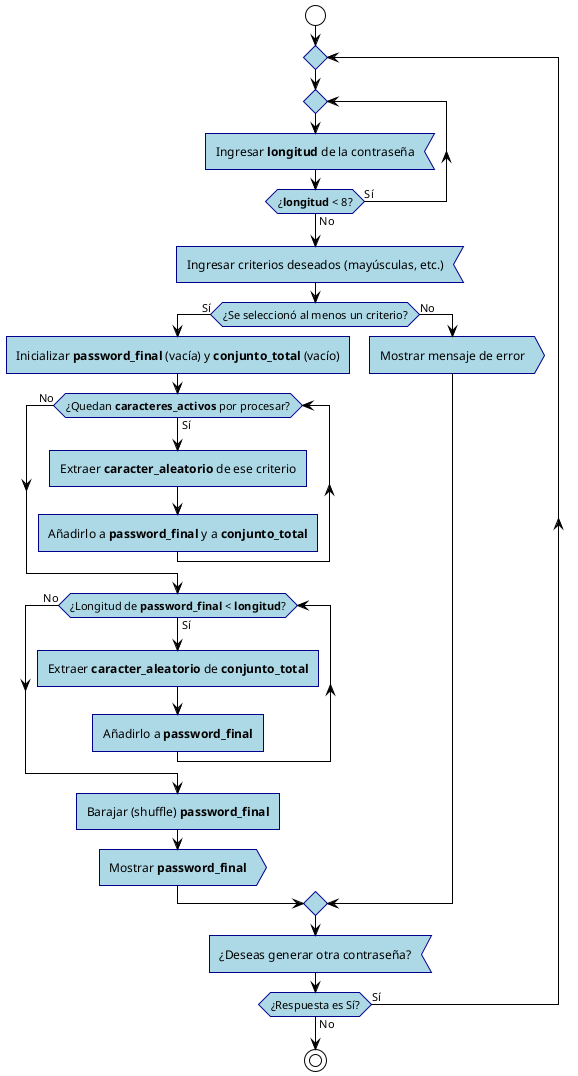
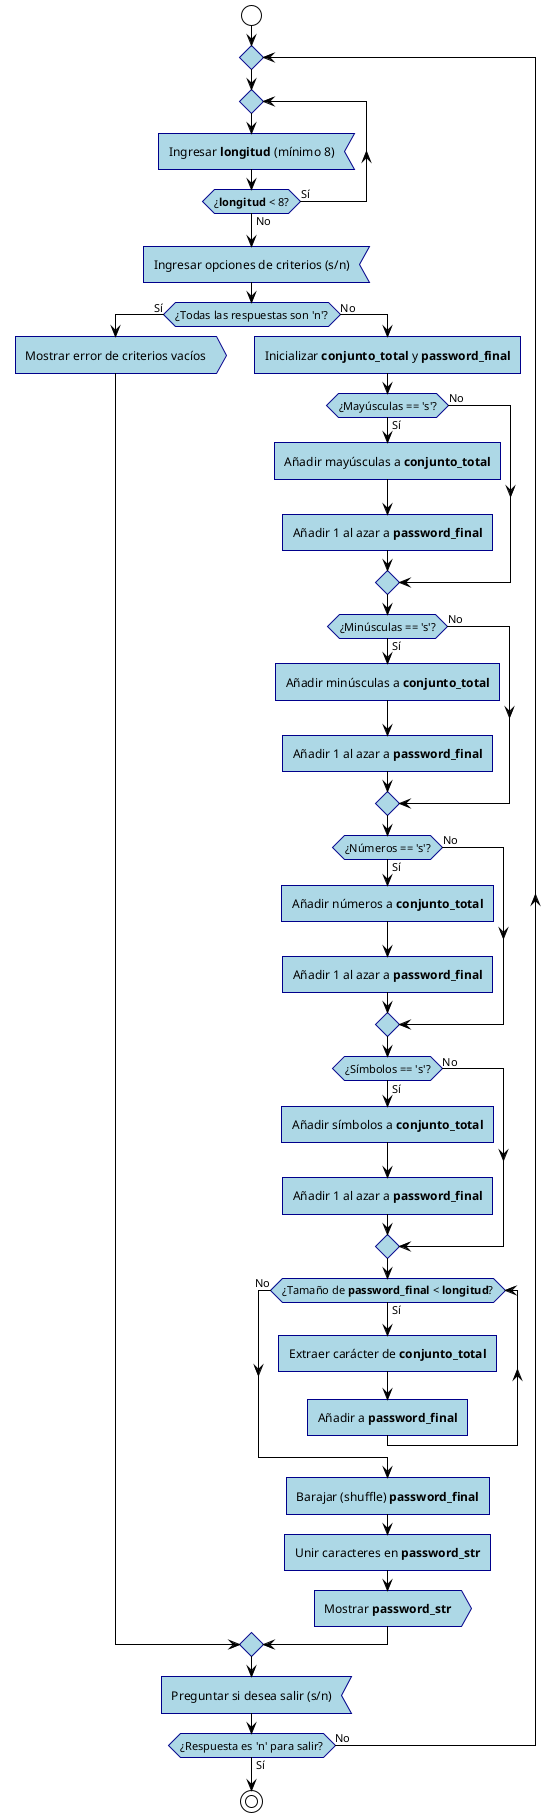
@startuml
!theme plain
skinparam roundcorner 0
skinparam activity {
  BackgroundColor lightblue
  BorderColor darkblue
  ArrowColor black
}

start

repeat
  repeat
-     :Ingresar **longitud** de la contraseña; <<input>>
+     :Ingresar **longitud** (mínimo 8); <<input>>
  repeat while (¿**longitud** < 8?) is (Sí) not (No)

-   :Ingresar criterios deseados (mayúsculas, etc.); <<input>>
+   :Ingresar opciones de criterios (s/n); <<input>>

-   if (¿Se seleccionó al menos un criterio?) then (Sí)
-     :Inicializar **password_final** (vacía) y **conjunto_total** (vacío);
+   if (¿Todas las respuestas son 'n'?) then (Sí)
+     :Mostrar error de criterios vacíos; <<output>>
+   else (No)
+     :Inicializar **conjunto_total** y **password_final**;

-     while (¿Quedan **caracteres_activos** por procesar?) is (Sí)
-       :Extraer **caracter_aleatorio** de ese criterio;
-       :Añadirlo a **password_final** y a **conjunto_total**;
-     endwhile (No)
+     if (¿Mayúsculas == 's'?) then (Sí)
+       :Añadir mayúsculas a **conjunto_total**;
+       :Añadir 1 al azar a **password_final**;
+     else (No)
+     endif

-     while (¿Longitud de **password_final** < **longitud**?) is (Sí)
-       :Extraer **caracter_aleatorio** de **conjunto_total**;
-       :Añadirlo a **password_final**;
+     if (¿Minúsculas == 's'?) then (Sí)
+       :Añadir minúsculas a **conjunto_total**;
+       :Añadir 1 al azar a **password_final**;
+     else (No)
+     endif
+ 
+     if (¿Números == 's'?) then (Sí)
+       :Añadir números a **conjunto_total**;
+       :Añadir 1 al azar a **password_final**;
+     else (No)
+     endif
+ 
+     if (¿Símbolos == 's'?) then (Sí)
+       :Añadir símbolos a **conjunto_total**;
+       :Añadir 1 al azar a **password_final**;
+     else (No)
+     endif
+ 
+     while (¿Tamaño de **password_final** < **longitud**?) is (Sí)
+       :Extraer carácter de **conjunto_total**;
+       :Añadir a **password_final**;
    endwhile (No)

    :Barajar (shuffle) **password_final**;

-     :Mostrar **password_final**; <<output>>
-   else (No)
-     :Mostrar mensaje de error; <<output>>
+     :Unir caracteres en **password_str**;
+ 
+     :Mostrar **password_str**; <<output>>
  endif

-   :¿Deseas generar otra contraseña?; <<input>>
+   :Preguntar si desea salir (s/n); <<input>>

- repeat while (¿Respuesta es Sí?) is (Sí) not (No)
+ repeat while (¿Respuesta es 'n' para salir?) is (No) not (Sí)

stop
@enduml
